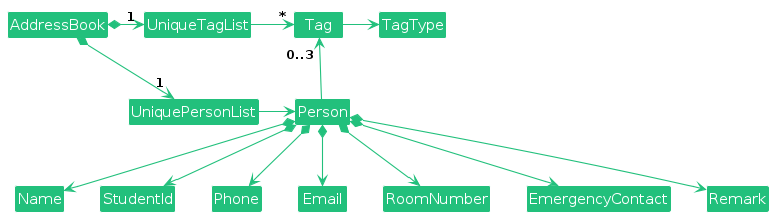
Earlier version of the PlantUML export diagrams/BetterModelClassDiagram.png (AY2526S2-CS2103T-T15-1/tp). Its source is kept beside it as diagrams/BetterModelClassDiagram.puml.
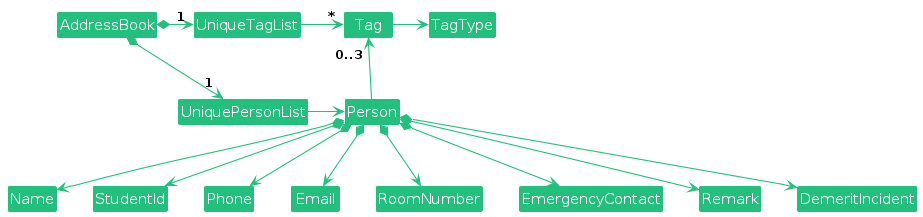
Later version of the same file.

Diff of the diagram source:
```diff
@@ -21,5 +21,6 @@
 Person *--> RoomNumber
 Person *--> EmergencyContact
 Person *--> Remark
+Person *--> DemeritIncident
 Tag -right-> TagType
 @enduml
```
